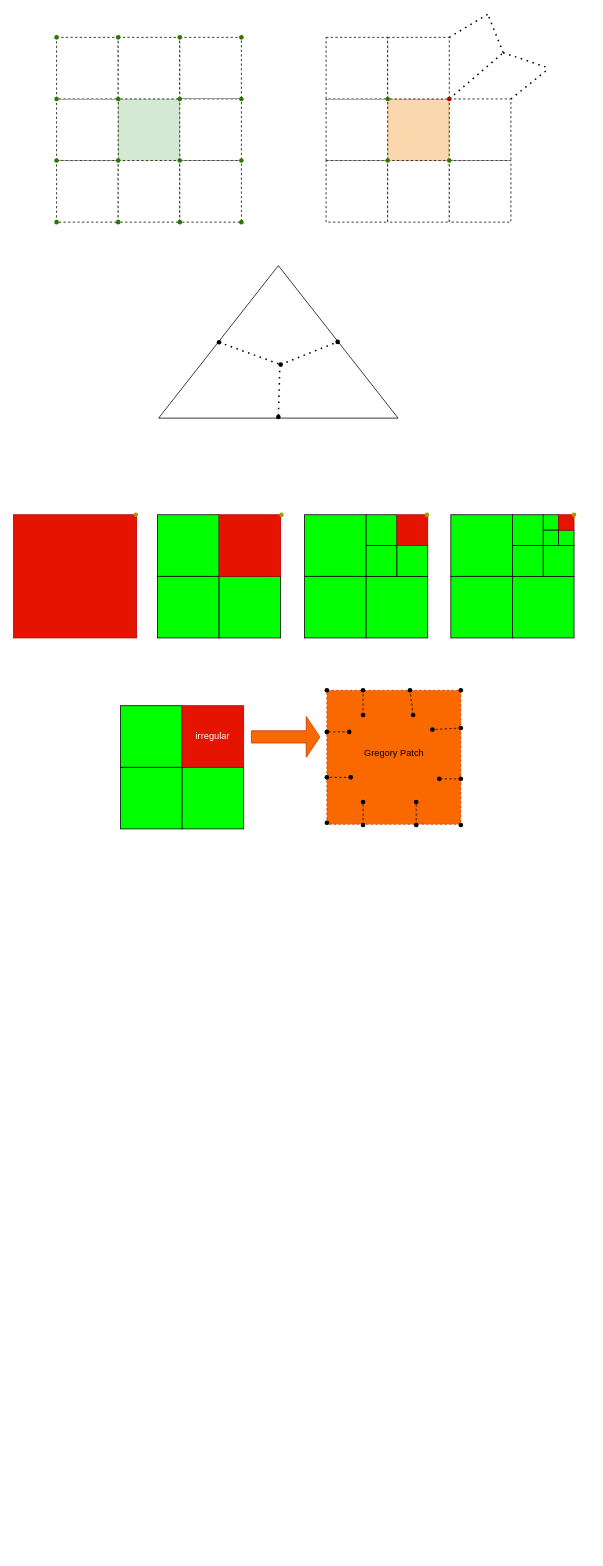
Above: open_day.drawio in killroshan/visio_chart (draw.io), before the change. Source tidied: cells renumbered, new cells numbered last; positions are measured from the earlier drawing's top-left corner, leaving out a move shared by most shapes. Both pictures are drawn from the tidied source at 77%, with x=0, y=0 at pixel (13, 14).
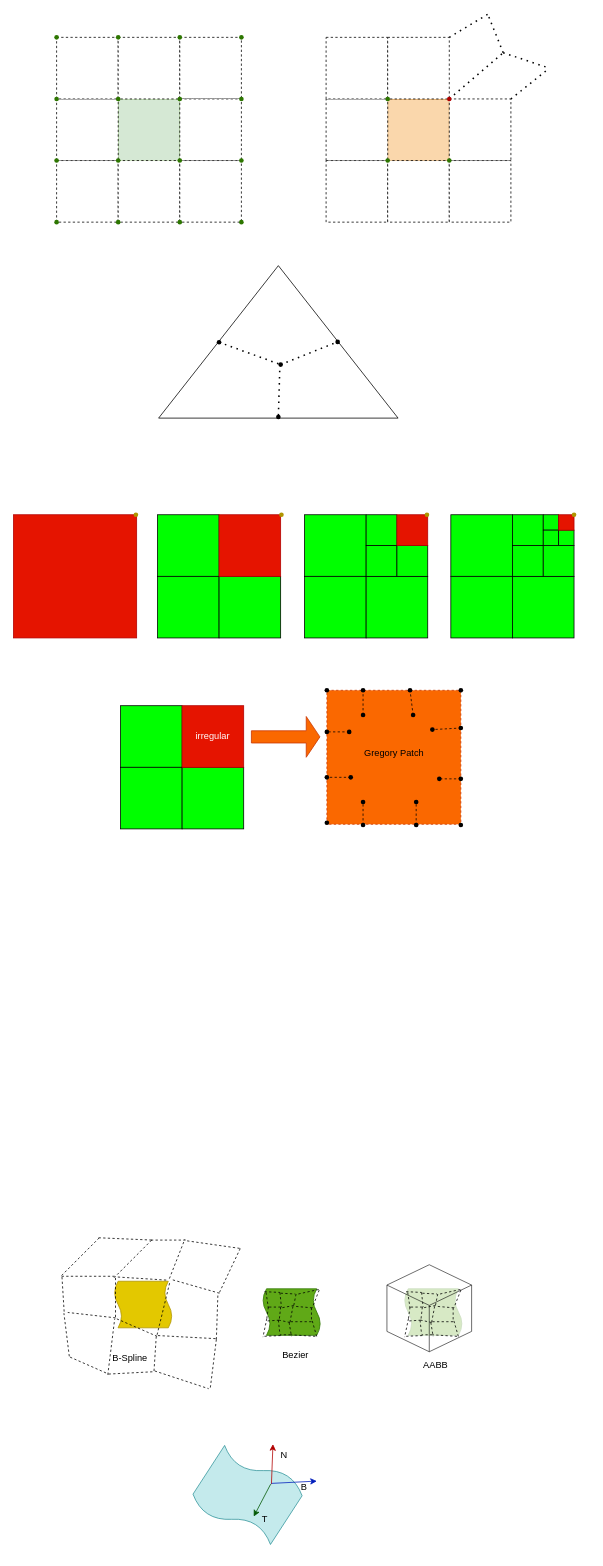
The same page after the edit.

What changed in the source:
```diff
@@
+    <mxCell id="114" value="&lt;div style=&quot;text-align: left;&quot;&gt;&lt;br&gt;&lt;/div&gt;" style="shape=tape;whiteSpace=wrap;html=1;glass=0;fillColor=#60a917;rotation=-90;size=0.1301499781115308;fontColor=#ffffff;strokeColor=#2D7600;" parent="1" vertex="1">
+      <mxGeometry x="515" y="1648" width="60.5" height="75" as="geometry" />
+    </mxCell>
+    <mxCell id="115" value="&lt;div style=&quot;text-align: left;&quot;&gt;&lt;br&gt;&lt;/div&gt;" style="shape=tape;whiteSpace=wrap;html=1;glass=0;fillColor=#e3c800;rotation=-90;size=0.1301499781115308;fontColor=#000000;strokeColor=#B09500;" parent="1" vertex="1">
+      <mxGeometry x="138.2" y="1638.2" width="60.5" height="75" as="geometry" />
+    </mxCell>
@@
+    <mxCell id="116" style="endArrow=none;dashed=1;html=1;rounded=0;" parent="1" edge="1">
+      <mxGeometry relative="1" as="geometry">
+        <mxPoint x="62.5" y="1638" as="sourcePoint" />
+        <mxPoint x="112.5" y="1588" as="targetPoint" />
+      </mxGeometry>
+    </mxCell>
+    <mxCell id="117" style="endArrow=none;dashed=1;html=1;rounded=0;" parent="1" edge="1">
+      <mxGeometry relative="1" as="geometry">
+        <mxPoint x="62.5" y="1639" as="sourcePoint" />
+        <mxPoint x="132.5" y="1639" as="targetPoint" />
+      </mxGeometry>
+    </mxCell>
+    <mxCell id="118" style="endArrow=none;dashed=1;html=1;rounded=0;" parent="1" edge="1">
+      <mxGeometry relative="1" as="geometry">
+        <mxPoint x="130.5" y="1641" as="sourcePoint" />
+        <mxPoint x="180.5" y="1591" as="targetPoint" />
+      </mxGeometry>
+    </mxCell>
+    <mxCell id="119" style="endArrow=none;dashed=1;html=1;rounded=0;" parent="1" edge="1">
+      <mxGeometry relative="1" as="geometry">
+        <mxPoint x="110.5" y="1589" as="sourcePoint" />
+        <mxPoint x="180.5" y="1592" as="targetPoint" />
+      </mxGeometry>
+    </mxCell>
+    <mxCell id="120" style="endArrow=none;dashed=1;html=1;rounded=0;" parent="1" edge="1">
+      <mxGeometry relative="1" as="geometry">
+        <mxPoint x="178.5" y="1592" as="sourcePoint" />
+        <mxPoint x="225.5" y="1592" as="targetPoint" />
+      </mxGeometry>
+    </mxCell>
+    <mxCell id="121" style="endArrow=none;dashed=1;html=1;rounded=0;" parent="1" edge="1">
+      <mxGeometry relative="1" as="geometry">
+        <mxPoint x="202.5" y="1642" as="sourcePoint" />
+        <mxPoint x="222.5" y="1591" as="targetPoint" />
+      </mxGeometry>
+    </mxCell>
+    <mxCell id="122" style="endArrow=none;dashed=1;html=1;rounded=0;" parent="1" edge="1">
+      <mxGeometry relative="1" as="geometry">
+        <mxPoint x="135.5" y="1640" as="sourcePoint" />
+        <mxPoint x="199.5" y="1644" as="targetPoint" />
+      </mxGeometry>
+    </mxCell>
+    <mxCell id="123" style="endArrow=none;dashed=1;html=1;rounded=0;" parent="1" edge="1">
+      <mxGeometry relative="1" as="geometry">
+        <mxPoint x="267.5" y="1661" as="sourcePoint" />
+        <mxPoint x="204.5" y="1643" as="targetPoint" />
+      </mxGeometry>
+    </mxCell>
+    <mxCell id="124" style="endArrow=none;dashed=1;html=1;rounded=0;" parent="1" edge="1">
+      <mxGeometry relative="1" as="geometry">
+        <mxPoint x="294.5" y="1603" as="sourcePoint" />
+        <mxPoint x="267.5" y="1660" as="targetPoint" />
+      </mxGeometry>
+    </mxCell>
+    <mxCell id="125" style="endArrow=none;dashed=1;html=1;rounded=0;" parent="1" edge="1">
+      <mxGeometry relative="1" as="geometry">
+        <mxPoint x="225.5" y="1593" as="sourcePoint" />
+        <mxPoint x="295.5" y="1603" as="targetPoint" />
+      </mxGeometry>
+    </mxCell>
+    <mxCell id="126" style="endArrow=none;dashed=1;html=1;rounded=0;" parent="1" edge="1">
+      <mxGeometry relative="1" as="geometry">
+        <mxPoint x="63" y="1640" as="sourcePoint" />
+        <mxPoint x="66" y="1688" as="targetPoint" />
+      </mxGeometry>
+    </mxCell>
+    <mxCell id="127" style="endArrow=none;dashed=1;html=1;rounded=0;" parent="1" edge="1">
+      <mxGeometry relative="1" as="geometry">
+        <mxPoint x="132.5" y="1693" as="sourcePoint" />
+        <mxPoint x="70.5" y="1686" as="targetPoint" />
+      </mxGeometry>
+    </mxCell>
+    <mxCell id="128" style="endArrow=none;dashed=1;html=1;rounded=0;" parent="1" edge="1">
+      <mxGeometry relative="1" as="geometry">
+        <mxPoint x="132.5" y="1692" as="sourcePoint" />
+        <mxPoint x="132.5" y="1641" as="targetPoint" />
+      </mxGeometry>
+    </mxCell>
+    <mxCell id="129" style="endArrow=none;dashed=1;html=1;rounded=0;" parent="1" edge="1">
+      <mxGeometry relative="1" as="geometry">
+        <mxPoint x="186.5" y="1717" as="sourcePoint" />
+        <mxPoint x="133.5" y="1694" as="targetPoint" />
+      </mxGeometry>
+    </mxCell>
+    <mxCell id="130" style="endArrow=none;dashed=1;html=1;rounded=0;" parent="1" edge="1">
+      <mxGeometry relative="1" as="geometry">
+        <mxPoint x="186.5" y="1715" as="sourcePoint" />
+        <mxPoint x="203.5" y="1645" as="targetPoint" />
+      </mxGeometry>
+    </mxCell>
+    <mxCell id="131" style="endArrow=none;dashed=1;html=1;rounded=0;" parent="1" edge="1">
+      <mxGeometry relative="1" as="geometry">
+        <mxPoint x="262.5" y="1720" as="sourcePoint" />
+        <mxPoint x="187.5" y="1716" as="targetPoint" />
+      </mxGeometry>
+    </mxCell>
+    <mxCell id="132" style="endArrow=none;dashed=1;html=1;rounded=0;" parent="1" edge="1">
+      <mxGeometry relative="1" as="geometry">
+        <mxPoint x="263.5" y="1721" as="sourcePoint" />
+        <mxPoint x="265.5" y="1662" as="targetPoint" />
+      </mxGeometry>
+    </mxCell>
+    <mxCell id="133" style="endArrow=none;dashed=1;html=1;rounded=0;" parent="1" edge="1">
+      <mxGeometry relative="1" as="geometry">
+        <mxPoint x="72.5" y="1743" as="sourcePoint" />
+        <mxPoint x="65.5" y="1687" as="targetPoint" />
+      </mxGeometry>
+    </mxCell>
+    <mxCell id="134" style="endArrow=none;dashed=1;html=1;rounded=0;" parent="1" edge="1">
+      <mxGeometry relative="1" as="geometry">
+        <mxPoint x="73.5" y="1744" as="sourcePoint" />
+        <mxPoint x="123.5" y="1766" as="targetPoint" />
+      </mxGeometry>
+    </mxCell>
+    <mxCell id="135" style="endArrow=none;dashed=1;html=1;rounded=0;" parent="1" edge="1">
+      <mxGeometry relative="1" as="geometry">
+        <mxPoint x="122.5" y="1767" as="sourcePoint" />
+        <mxPoint x="131.5" y="1694" as="targetPoint" />
+      </mxGeometry>
+    </mxCell>
+    <mxCell id="136" style="endArrow=none;dashed=1;html=1;rounded=0;" parent="1" edge="1">
+      <mxGeometry relative="1" as="geometry">
+        <mxPoint x="182.5" y="1762" as="sourcePoint" />
+        <mxPoint x="185.5" y="1716" as="targetPoint" />
+      </mxGeometry>
+    </mxCell>
+    <mxCell id="137" style="endArrow=none;dashed=1;html=1;rounded=0;" parent="1" edge="1">
+      <mxGeometry relative="1" as="geometry">
+        <mxPoint x="123.5" y="1766" as="sourcePoint" />
+        <mxPoint x="181.5" y="1763" as="targetPoint" />
+      </mxGeometry>
+    </mxCell>
+    <mxCell id="138" style="endArrow=none;dashed=1;html=1;rounded=0;" parent="1" edge="1">
+      <mxGeometry relative="1" as="geometry">
+        <mxPoint x="183.5" y="1762" as="sourcePoint" />
+        <mxPoint x="253.5" y="1785" as="targetPoint" />
+      </mxGeometry>
+    </mxCell>
+    <mxCell id="139" style="endArrow=none;dashed=1;html=1;rounded=0;" parent="1" edge="1">
+      <mxGeometry relative="1" as="geometry">
+        <mxPoint x="263.5" y="1721" as="sourcePoint" />
+        <mxPoint x="255.5" y="1785" as="targetPoint" />
+      </mxGeometry>
+    </mxCell>
+    <mxCell id="140" style="html=1;whiteSpace=wrap;shape=isoCube2;backgroundOutline=1;isoAngle=15;glass=1;fillColor=#FFFFFF;opacity=75;" parent="1" vertex="1">
+      <mxGeometry x="485" y="1624" width="110" height="113" as="geometry" />
+    </mxCell>
+    <mxCell id="141" value="&lt;div style=&quot;text-align: left;&quot;&gt;&lt;br&gt;&lt;/div&gt;" style="shape=tape;whiteSpace=wrap;html=1;glass=0;fillColor=#60a917;rotation=-90;size=0.1301499781115308;fontColor=#ffffff;strokeColor=#2D7600;" parent="1" vertex="1">
+      <mxGeometry x="331" y="1648" width="60.5" height="75" as="geometry" />
+    </mxCell>
+    <mxCell id="142" style="endArrow=none;dashed=1;html=1;rounded=0;" parent="1" edge="1">
+      <mxGeometry relative="1" as="geometry">
+        <mxPoint x="326" y="1659" as="sourcePoint" />
+        <mxPoint x="346" y="1660" as="targetPoint" />
+      </mxGeometry>
+    </mxCell>
+    <mxCell id="143" style="endArrow=none;dashed=1;html=1;rounded=0;" parent="1" edge="1">
+      <mxGeometry relative="1" as="geometry">
+        <mxPoint x="347" y="1661" as="sourcePoint" />
+        <mxPoint x="366" y="1662" as="targetPoint" />
+      </mxGeometry>
+    </mxCell>
+    <mxCell id="144" style="endArrow=none;dashed=1;html=1;rounded=0;" parent="1" edge="1">
+      <mxGeometry relative="1" as="geometry">
+        <mxPoint x="370" y="1662" as="sourcePoint" />
+        <mxPoint x="397" y="1656" as="targetPoint" />
+      </mxGeometry>
+    </mxCell>
+    <mxCell id="145" style="endArrow=none;dashed=1;html=1;rounded=0;" parent="1" edge="1">
+      <mxGeometry relative="1" as="geometry">
+        <mxPoint x="328" y="1660" as="sourcePoint" />
+        <mxPoint x="331" y="1680" as="targetPoint" />
+      </mxGeometry>
+    </mxCell>
+    <mxCell id="146" style="endArrow=none;dashed=1;html=1;rounded=0;" parent="1" edge="1">
+      <mxGeometry relative="1" as="geometry">
+        <mxPoint x="346" y="1660" as="sourcePoint" />
+        <mxPoint x="348" y="1679" as="targetPoint" />
+      </mxGeometry>
+    </mxCell>
+    <mxCell id="147" style="endArrow=none;dashed=1;html=1;rounded=0;" parent="1" edge="1">
+      <mxGeometry relative="1" as="geometry">
+        <mxPoint x="367" y="1662" as="sourcePoint" />
+        <mxPoint x="364" y="1677" as="targetPoint" />
+      </mxGeometry>
+    </mxCell>
+    <mxCell id="148" style="endArrow=none;dashed=1;html=1;rounded=0;" parent="1" edge="1">
+      <mxGeometry relative="1" as="geometry">
+        <mxPoint x="397" y="1657" as="sourcePoint" />
+        <mxPoint x="388" y="1680" as="targetPoint" />
+      </mxGeometry>
+    </mxCell>
+    <mxCell id="149" style="endArrow=none;dashed=1;html=1;rounded=0;" parent="1" edge="1">
+      <mxGeometry relative="1" as="geometry">
+        <mxPoint x="331" y="1679" as="sourcePoint" />
+        <mxPoint x="329" y="1694" as="targetPoint" />
+      </mxGeometry>
+    </mxCell>
+    <mxCell id="150" style="endArrow=none;dashed=1;html=1;rounded=0;" parent="1" edge="1">
+      <mxGeometry relative="1" as="geometry">
+        <mxPoint x="329" y="1694" as="sourcePoint" />
+        <mxPoint x="324" y="1718" as="targetPoint" />
+      </mxGeometry>
+    </mxCell>
+    <mxCell id="151" style="endArrow=none;dashed=1;html=1;rounded=0;" parent="1" edge="1">
+      <mxGeometry relative="1" as="geometry">
+        <mxPoint x="347" y="1679" as="sourcePoint" />
+        <mxPoint x="332" y="1679" as="targetPoint" />
+      </mxGeometry>
+    </mxCell>
+    <mxCell id="152" style="endArrow=none;dashed=1;html=1;rounded=0;" parent="1" edge="1">
+      <mxGeometry relative="1" as="geometry">
+        <mxPoint x="364" y="1677" as="sourcePoint" />
+        <mxPoint x="348" y="1680" as="targetPoint" />
+      </mxGeometry>
+    </mxCell>
+    <mxCell id="153" style="endArrow=none;dashed=1;html=1;rounded=0;" parent="1" edge="1">
+      <mxGeometry relative="1" as="geometry">
+        <mxPoint x="388" y="1680" as="sourcePoint" />
+        <mxPoint x="365" y="1678" as="targetPoint" />
+      </mxGeometry>
+    </mxCell>
+    <mxCell id="154" style="endArrow=none;dashed=1;html=1;rounded=0;" parent="1" edge="1">
+      <mxGeometry relative="1" as="geometry">
+        <mxPoint x="345" y="1696" as="sourcePoint" />
+        <mxPoint x="330" y="1697" as="targetPoint" />
+      </mxGeometry>
+    </mxCell>
+    <mxCell id="155" style="endArrow=none;dashed=1;html=1;rounded=0;" parent="1" edge="1">
+      <mxGeometry relative="1" as="geometry">
+        <mxPoint x="347" y="1716" as="sourcePoint" />
+        <mxPoint x="325" y="1717" as="targetPoint" />
+      </mxGeometry>
+    </mxCell>
+    <mxCell id="156" style="endArrow=none;dashed=1;html=1;rounded=0;" parent="1" edge="1">
+      <mxGeometry relative="1" as="geometry">
+        <mxPoint x="360" y="1715" as="sourcePoint" />
+        <mxPoint x="346" y="1715" as="targetPoint" />
+      </mxGeometry>
+    </mxCell>
+    <mxCell id="157" style="endArrow=none;dashed=1;html=1;rounded=0;" parent="1" edge="1">
+      <mxGeometry relative="1" as="geometry">
+        <mxPoint x="359" y="1699" as="sourcePoint" />
+        <mxPoint x="345" y="1696" as="targetPoint" />
+      </mxGeometry>
+    </mxCell>
+    <mxCell id="158" style="endArrow=none;dashed=1;html=1;rounded=0;" parent="1" edge="1">
+      <mxGeometry relative="1" as="geometry">
+        <mxPoint x="347" y="1679" as="sourcePoint" />
+        <mxPoint x="345" y="1697" as="targetPoint" />
+      </mxGeometry>
+    </mxCell>
+    <mxCell id="159" style="endArrow=none;dashed=1;html=1;rounded=0;" parent="1" edge="1">
+      <mxGeometry relative="1" as="geometry">
+        <mxPoint x="363" y="1678" as="sourcePoint" />
+        <mxPoint x="359" y="1699" as="targetPoint" />
+      </mxGeometry>
+    </mxCell>
+    <mxCell id="160" style="endArrow=none;dashed=1;html=1;rounded=0;" parent="1" edge="1">
+      <mxGeometry relative="1" as="geometry">
+        <mxPoint x="387" y="1680" as="sourcePoint" />
+        <mxPoint x="387" y="1696" as="targetPoint" />
+      </mxGeometry>
+    </mxCell>
+    <mxCell id="161" style="endArrow=none;dashed=1;html=1;rounded=0;" parent="1" edge="1">
+      <mxGeometry relative="1" as="geometry">
+        <mxPoint x="387" y="1698" as="sourcePoint" />
+        <mxPoint x="360" y="1698" as="targetPoint" />
+      </mxGeometry>
+    </mxCell>
+    <mxCell id="162" style="endArrow=none;dashed=1;html=1;rounded=0;" parent="1" edge="1">
+      <mxGeometry relative="1" as="geometry">
+        <mxPoint x="344" y="1696" as="sourcePoint" />
+        <mxPoint x="346" y="1714" as="targetPoint" />
+      </mxGeometry>
+    </mxCell>
+    <mxCell id="163" style="endArrow=none;dashed=1;html=1;rounded=0;" parent="1" edge="1">
+      <mxGeometry relative="1" as="geometry">
+        <mxPoint x="358" y="1699" as="sourcePoint" />
+        <mxPoint x="361" y="1717" as="targetPoint" />
+      </mxGeometry>
+    </mxCell>
+    <mxCell id="164" style="endArrow=none;dashed=1;html=1;rounded=0;" parent="1" edge="1">
+      <mxGeometry relative="1" as="geometry">
+        <mxPoint x="388" y="1697" as="sourcePoint" />
+        <mxPoint x="394" y="1718" as="targetPoint" />
+      </mxGeometry>
+    </mxCell>
+    <mxCell id="165" style="endArrow=none;dashed=1;html=1;rounded=0;" parent="1" edge="1">
+      <mxGeometry relative="1" as="geometry">
+        <mxPoint x="392" y="1717" as="sourcePoint" />
+        <mxPoint x="360" y="1715" as="targetPoint" />
+      </mxGeometry>
+    </mxCell>
+    <mxCell id="166" style="endArrow=none;dashed=1;html=1;rounded=0;" parent="1" edge="1">
+      <mxGeometry relative="1" as="geometry">
+        <mxPoint x="510" y="1659" as="sourcePoint" />
+        <mxPoint x="530" y="1660" as="targetPoint" />
+      </mxGeometry>
+    </mxCell>
+    <mxCell id="167" style="endArrow=none;dashed=1;html=1;rounded=0;" parent="1" edge="1">
+      <mxGeometry relative="1" as="geometry">
+        <mxPoint x="531" y="1661" as="sourcePoint" />
+        <mxPoint x="550" y="1662" as="targetPoint" />
+      </mxGeometry>
+    </mxCell>
+    <mxCell id="168" style="endArrow=none;dashed=1;html=1;rounded=0;" parent="1" edge="1">
+      <mxGeometry relative="1" as="geometry">
+        <mxPoint x="554" y="1662" as="sourcePoint" />
+        <mxPoint x="581" y="1656" as="targetPoint" />
+      </mxGeometry>
+    </mxCell>
+    <mxCell id="169" style="endArrow=none;dashed=1;html=1;rounded=0;" parent="1" edge="1">
+      <mxGeometry relative="1" as="geometry">
+        <mxPoint x="512" y="1660" as="sourcePoint" />
+        <mxPoint x="515" y="1680" as="targetPoint" />
+      </mxGeometry>
+    </mxCell>
+    <mxCell id="170" style="endArrow=none;dashed=1;html=1;rounded=0;" parent="1" edge="1">
+      <mxGeometry relative="1" as="geometry">
+        <mxPoint x="530" y="1660" as="sourcePoint" />
+        <mxPoint x="532" y="1679" as="targetPoint" />
+      </mxGeometry>
+    </mxCell>
+    <mxCell id="171" style="endArrow=none;dashed=1;html=1;rounded=0;" parent="1" edge="1">
+      <mxGeometry relative="1" as="geometry">
+        <mxPoint x="551" y="1662" as="sourcePoint" />
+        <mxPoint x="548" y="1677" as="targetPoint" />
+      </mxGeometry>
+    </mxCell>
+    <mxCell id="172" style="endArrow=none;dashed=1;html=1;rounded=0;" parent="1" edge="1">
+      <mxGeometry relative="1" as="geometry">
+        <mxPoint x="581" y="1657" as="sourcePoint" />
+        <mxPoint x="572" y="1680" as="targetPoint" />
+      </mxGeometry>
+    </mxCell>
+    <mxCell id="173" style="endArrow=none;dashed=1;html=1;rounded=0;" parent="1" edge="1">
+      <mxGeometry relative="1" as="geometry">
+        <mxPoint x="515" y="1679" as="sourcePoint" />
+        <mxPoint x="513" y="1694" as="targetPoint" />
+      </mxGeometry>
+    </mxCell>
+    <mxCell id="174" style="endArrow=none;dashed=1;html=1;rounded=0;" parent="1" edge="1">
+      <mxGeometry relative="1" as="geometry">
+        <mxPoint x="513" y="1694" as="sourcePoint" />
+        <mxPoint x="508" y="1718" as="targetPoint" />
+      </mxGeometry>
+    </mxCell>
+    <mxCell id="175" style="endArrow=none;dashed=1;html=1;rounded=0;" parent="1" edge="1">
+      <mxGeometry relative="1" as="geometry">
+        <mxPoint x="531" y="1679" as="sourcePoint" />
+        <mxPoint x="516" y="1679" as="targetPoint" />
+      </mxGeometry>
+    </mxCell>
+    <mxCell id="176" style="endArrow=none;dashed=1;html=1;rounded=0;" parent="1" edge="1">
+      <mxGeometry relative="1" as="geometry">
+        <mxPoint x="548" y="1677" as="sourcePoint" />
+        <mxPoint x="532" y="1680" as="targetPoint" />
+      </mxGeometry>
+    </mxCell>
+    <mxCell id="177" style="endArrow=none;dashed=1;html=1;rounded=0;" parent="1" edge="1">
+      <mxGeometry relative="1" as="geometry">
+        <mxPoint x="572" y="1680" as="sourcePoint" />
+        <mxPoint x="549" y="1678" as="targetPoint" />
+      </mxGeometry>
+    </mxCell>
+    <mxCell id="178" style="endArrow=none;dashed=1;html=1;rounded=0;" parent="1" edge="1">
+      <mxGeometry relative="1" as="geometry">
+        <mxPoint x="529" y="1696" as="sourcePoint" />
+        <mxPoint x="514" y="1697" as="targetPoint" />
+      </mxGeometry>
+    </mxCell>
+    <mxCell id="179" style="endArrow=none;dashed=1;html=1;rounded=0;" parent="1" edge="1">
+      <mxGeometry relative="1" as="geometry">
+        <mxPoint x="531" y="1716" as="sourcePoint" />
+        <mxPoint x="509" y="1717" as="targetPoint" />
+      </mxGeometry>
+    </mxCell>
+    <mxCell id="180" style="endArrow=none;dashed=1;html=1;rounded=0;" parent="1" edge="1">
+      <mxGeometry relative="1" as="geometry">
+        <mxPoint x="544" y="1715" as="sourcePoint" />
+        <mxPoint x="530" y="1715" as="targetPoint" />
+      </mxGeometry>
+    </mxCell>
+    <mxCell id="181" style="endArrow=none;dashed=1;html=1;rounded=0;" parent="1" edge="1">
+      <mxGeometry relative="1" as="geometry">
+        <mxPoint x="543" y="1699" as="sourcePoint" />
+        <mxPoint x="529" y="1696" as="targetPoint" />
+      </mxGeometry>
+    </mxCell>
+    <mxCell id="182" style="endArrow=none;dashed=1;html=1;rounded=0;" parent="1" edge="1">
+      <mxGeometry relative="1" as="geometry">
+        <mxPoint x="531" y="1679" as="sourcePoint" />
+        <mxPoint x="529" y="1697" as="targetPoint" />
+      </mxGeometry>
+    </mxCell>
+    <mxCell id="183" style="endArrow=none;dashed=1;html=1;rounded=0;" parent="1" edge="1">
+      <mxGeometry relative="1" as="geometry">
+        <mxPoint x="547" y="1678" as="sourcePoint" />
+        <mxPoint x="543" y="1699" as="targetPoint" />
+      </mxGeometry>
+    </mxCell>
+    <mxCell id="184" style="endArrow=none;dashed=1;html=1;rounded=0;" parent="1" edge="1">
+      <mxGeometry relative="1" as="geometry">
+        <mxPoint x="571" y="1680" as="sourcePoint" />
+        <mxPoint x="571" y="1696" as="targetPoint" />
+      </mxGeometry>
+    </mxCell>
+    <mxCell id="185" style="endArrow=none;dashed=1;html=1;rounded=0;" parent="1" edge="1">
+      <mxGeometry relative="1" as="geometry">
+        <mxPoint x="571" y="1698" as="sourcePoint" />
+        <mxPoint x="544" y="1698" as="targetPoint" />
+      </mxGeometry>
+    </mxCell>
+    <mxCell id="186" style="endArrow=none;dashed=1;html=1;rounded=0;" parent="1" edge="1">
+      <mxGeometry relative="1" as="geometry">
+        <mxPoint x="528" y="1696" as="sourcePoint" />
+        <mxPoint x="530" y="1714" as="targetPoint" />
+      </mxGeometry>
+    </mxCell>
+    <mxCell id="187" style="endArrow=none;dashed=1;html=1;rounded=0;" parent="1" edge="1">
+      <mxGeometry relative="1" as="geometry">
+        <mxPoint x="542" y="1699" as="sourcePoint" />
+        <mxPoint x="545" y="1717" as="targetPoint" />
+      </mxGeometry>
+    </mxCell>
+    <mxCell id="188" style="endArrow=none;dashed=1;html=1;rounded=0;" parent="1" edge="1">
+      <mxGeometry relative="1" as="geometry">
+        <mxPoint x="572" y="1697" as="sourcePoint" />
+        <mxPoint x="578" y="1718" as="targetPoint" />
+      </mxGeometry>
+    </mxCell>
+    <mxCell id="189" style="endArrow=none;dashed=1;html=1;rounded=0;" parent="1" edge="1">
+      <mxGeometry relative="1" as="geometry">
+        <mxPoint x="576" y="1717" as="sourcePoint" />
+        <mxPoint x="544" y="1715" as="targetPoint" />
+      </mxGeometry>
+    </mxCell>
+    <mxCell id="190" value="B-Spline" style="text;html=1;align=center;verticalAlign=middle;strokeColor=none;fillColor=none;" parent="1" vertex="1">
+      <mxGeometry x="119" y="1732" width="63" height="26" as="geometry" />
+    </mxCell>
+    <mxCell id="191" value="Bezier" style="text;html=1;align=center;verticalAlign=middle;strokeColor=none;fillColor=none;" parent="1" vertex="1">
+      <mxGeometry x="339.5" y="1729" width="52" height="26" as="geometry" />
+    </mxCell>
+    <mxCell id="192" value="AABB" style="text;html=1;align=center;verticalAlign=middle;strokeColor=none;fillColor=none;" parent="1" vertex="1">
+      <mxGeometry x="523" y="1742" width="50" height="26" as="geometry" />
+    </mxCell>
+    <mxCell id="193" style="shape=tape;whiteSpace=wrap;html=1;glass=0;fillColor=#b0e3e6;opacity=75;rotation=33;size=0.2455573040572881;strokeColor=#0e8088;" parent="1" vertex="1">
+      <mxGeometry x="244" y="1873" width="120" height="100" as="geometry" />
+    </mxCell>
+    <mxCell id="194" style="endArrow=classic;html=1;rounded=0;fillColor=#e51400;strokeColor=#B20000;" parent="1" edge="1">
+      <mxGeometry relative="1" as="geometry">
+        <mxPoint x="335" y="1909" as="sourcePoint" />
+        <mxPoint x="337" y="1857" as="targetPoint" />
+      </mxGeometry>
+    </mxCell>
+    <mxCell id="195" style="endArrow=classic;html=1;rounded=0;fillColor=#0050ef;strokeColor=#001DBC;" parent="1" edge="1">
+      <mxGeometry relative="1" as="geometry">
+        <mxPoint x="335" y="1908" as="sourcePoint" />
+        <mxPoint x="394" y="1905" as="targetPoint" />
+      </mxGeometry>
+    </mxCell>
+    <mxCell id="196" style="endArrow=classic;html=1;rounded=0;fillColor=#008a00;strokeColor=#005700;" parent="1" edge="1">
+      <mxGeometry relative="1" as="geometry">
+        <mxPoint x="334" y="1909" as="sourcePoint" />
+        <mxPoint x="312" y="1951" as="targetPoint" />
+      </mxGeometry>
+    </mxCell>
+    <mxCell id="197" value="N" style="text;html=1;align=center;verticalAlign=middle;strokeColor=none;fillColor=none;" parent="1" vertex="1">
+      <mxGeometry x="337" y="1858" width="27" height="26" as="geometry" />
+    </mxCell>
+    <mxCell id="198" value="B" style="text;html=1;align=center;verticalAlign=middle;strokeColor=none;fillColor=none;" parent="1" vertex="1">
+      <mxGeometry x="364" y="1900" width="26" height="26" as="geometry" />
+    </mxCell>
+    <mxCell id="199" value="T" style="text;html=1;align=center;verticalAlign=middle;strokeColor=none;fillColor=none;" parent="1" vertex="1">
+      <mxGeometry x="313" y="1941" width="25" height="26" as="geometry" />
+    </mxCell>
```
